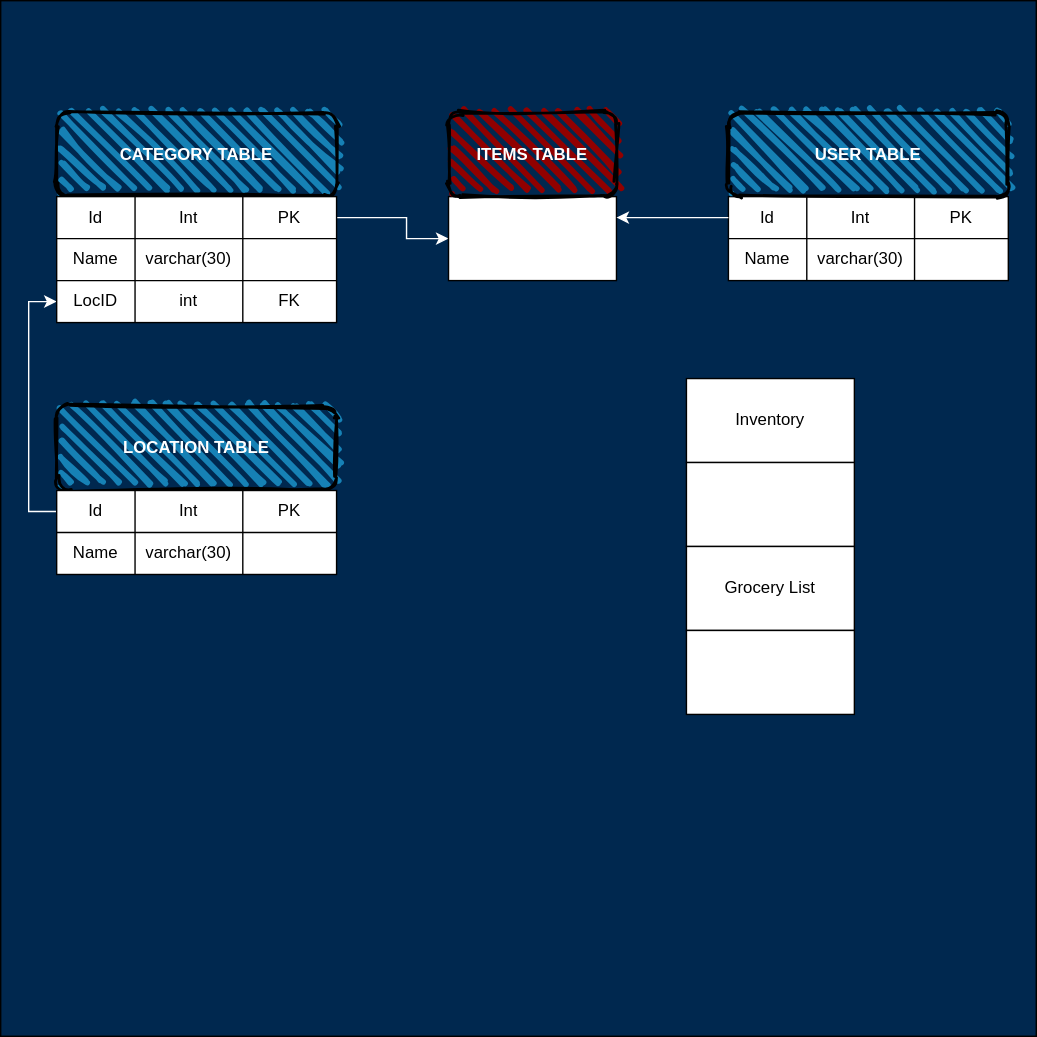
The draw.io diagram Assets/Schema Draft.svg in kholder777/Project-2-TBD, before a commit. Source tidied: cells renumbered, new cells last; positions are measured from the earlier drawing's top-left corner, leaving out a move shared by most shapes.
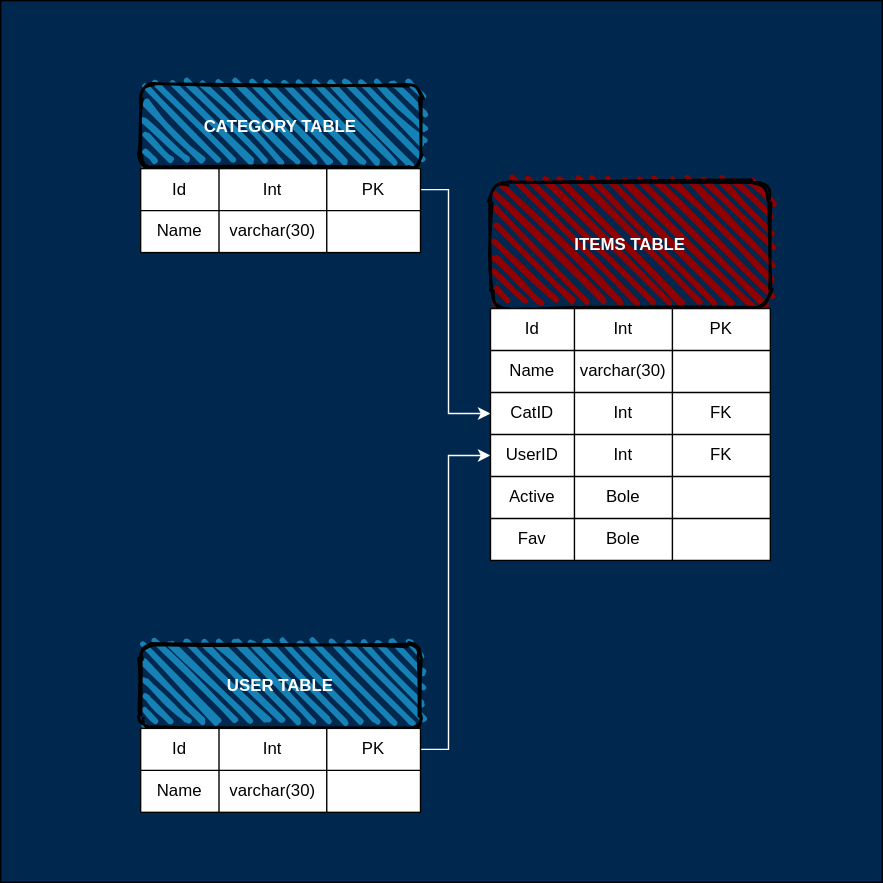
The same file after the commit.

Commit message:
+ Schema Draft Update & Swimlane

Diff of the diagram source:
```diff
@@ -6,38 +6,16 @@
       <mxGeometry x="30" y="140" width="220" height="100" as="geometry" />
     </mxCell>
     <mxCell id="3" style="whiteSpace=wrap;html=1;fillColor=#00284F;" parent="1" vertex="1">
-      <mxGeometry width="740" height="740" as="geometry" />
+      <mxGeometry x="-60" y="20" width="630" height="630" as="geometry" />
     </mxCell>
-    <mxCell id="4" style="edgeStyle=orthogonalEdgeStyle;rounded=0;jettySize=auto;html=1;fillColor=#D16900;strokeColor=#FFFFFF;entryX=0;entryY=0.5;entryDx=0;entryDy=0;exitX=1;exitY=0.5;exitDx=0;exitDy=0;" parent="1" edge="1" source="15" target="5">
+    <mxCell id="4" style="edgeStyle=orthogonalEdgeStyle;rounded=0;jettySize=auto;html=1;fillColor=#D16900;strokeColor=#FFFFFF;entryX=0;entryY=0.5;entryDx=0;entryDy=0;exitX=1;exitY=0.5;exitDx=0;exitDy=0;" parent="1" edge="1" source="15" target="23">
       <mxGeometry relative="1" as="geometry">
         <Array as="points">
-          <mxPoint x="290" y="155" />
-          <mxPoint x="290" y="170" />
+          <mxPoint x="260" y="155" />
+          <mxPoint x="260" y="315" />
         </Array>
       </mxGeometry>
     </mxCell>
-    <mxCell id="5" style="rounded=0;whiteSpace=wrap;html=1;" parent="1" vertex="1">
-      <mxGeometry x="320" y="140" width="120" height="60" as="geometry" />
-    </mxCell>
-    <mxCell id="6" value="&lt;span&gt;Inventory&lt;/span&gt;" style="rounded=0;whiteSpace=wrap;html=1;" parent="1" vertex="1">
-      <mxGeometry x="490" y="270" width="120" height="60" as="geometry" />
-    </mxCell>
-    <mxCell id="7" style="rounded=0;whiteSpace=wrap;html=1;" parent="1" vertex="1">
-      <mxGeometry x="490" y="330" width="120" height="60" as="geometry" />
-    </mxCell>
-    <mxCell id="8" value="&lt;span&gt;Grocery List&lt;/span&gt;" style="rounded=0;whiteSpace=wrap;html=1;" parent="1" vertex="1">
-      <mxGeometry x="490" y="390" width="120" height="60" as="geometry" />
-    </mxCell>
-    <mxCell id="9" style="rounded=0;whiteSpace=wrap;html=1;" parent="1" vertex="1">
-      <mxGeometry x="490" y="450" width="120" height="60" as="geometry" />
-    </mxCell>
-    <mxCell id="10" style="edgeStyle=elbowEdgeStyle;rounded=0;jettySize=auto;html=1;exitX=0;exitY=0.5;exitDx=0;exitDy=0;entryX=0;entryY=0.5;entryDx=0;entryDy=0;fillColor=#FFFFFF;strokeColor=#FFFFFF;" parent="1" edge="1" source="29" target="23">
-      <mxGeometry relative="1" as="geometry">
-        <Array as="points">
-          <mxPoint x="20" y="290" />
-        </Array>
-      </mxGeometry>
-    </mxCell>
     <mxCell id="11" value="&lt;font color=&quot;#ffffff&quot;&gt;&lt;b&gt;CATEGORY TABLE&lt;/b&gt;&lt;/font&gt;" style="rounded=1;whiteSpace=wrap;html=1;strokeWidth=2;fillWeight=4;hachureGap=8;hachureAngle=45;fillColor=#1681B5;sketch=1;" parent="1" vertex="1">
       <mxGeometry x="40" y="80" width="200" height="60" as="geometry" />
     </mxCell>
@@ -48,10 +26,27 @@
       </mxGeometry>
     </mxCell>
     <mxCell id="13" value="&lt;b style=&quot;color: rgb(255 , 255 , 255)&quot;&gt;ITEMS TABLE&lt;/b&gt;" style="rounded=1;whiteSpace=wrap;html=1;strokeWidth=2;fillWeight=4;hachureGap=8;hachureAngle=45;fillColor=#910000;sketch=1;" parent="1" vertex="1">
-      <mxGeometry x="320" y="80" width="120" height="60" as="geometry" />
+      <mxGeometry x="290" y="150" width="200" height="90" as="geometry" />
     </mxCell>
+    <mxCell id="49" style="edgeStyle=orthogonalEdgeStyle;rounded=0;jettySize=auto;html=1;fillColor=#D16900;strokeColor=#FFFFFF;entryX=0;entryY=0.5;entryDx=0;entryDy=0;exitX=1;exitY=0.5;exitDx=0;exitDy=0;" parent="1" edge="1" source="40" target="56">
+      <mxGeometry relative="1" as="geometry">
+        <Array as="points">
+          <mxPoint x="260" y="555" />
+          <mxPoint x="260" y="345" />
+        </Array>
+      </mxGeometry>
+    </mxCell>
+    <mxCell id="38" style="edgeStyle=orthogonalEdgeStyle;rounded=0;orthogonalLoop=1;jettySize=auto;html=1;exitX=0.5;exitY=1;exitDx=0;exitDy=0;" parent="1" edge="1">
+      <mxGeometry relative="1" as="geometry">
+        <mxPoint x="80" y="520" as="sourcePoint" />
+        <mxPoint x="80" y="520" as="targetPoint" />
+      </mxGeometry>
+    </mxCell>
+    <mxCell id="48" value="&lt;font color=&quot;#ffffff&quot;&gt;&lt;b&gt;USER TABLE&lt;/b&gt;&lt;/font&gt;" style="rounded=1;whiteSpace=wrap;html=1;strokeWidth=2;fillWeight=4;hachureGap=8;hachureAngle=45;fillColor=#1681B5;sketch=1;" parent="1" vertex="1">
+      <mxGeometry x="40" y="480" width="200" height="60" as="geometry" />
+    </mxCell>
     <mxCell id="14" style="shape=table;html=1;whiteSpace=wrap;startSize=0;" parent="1" vertex="1">
-      <mxGeometry x="40" y="140" width="200" height="90" as="geometry" />
+      <mxGeometry x="40" y="140" width="200" height="60" as="geometry" />
     </mxCell>
     <mxCell id="15" style="shape=partialRectangle;html=1;whiteSpace=wrap;fillColor=none;top=0;left=0;bottom=0;right=0;points=[[0,0.5],[1,0.5]];portConstraint=eastwest;" parent="14" vertex="1">
       <mxGeometry width="200" height="30" as="geometry" />
@@ -77,59 +72,83 @@
     <mxCell id="22" style="shape=partialRectangle;html=1;whiteSpace=wrap;overflow=hidden;fillColor=none;top=0;left=0;bottom=0;right=0;" parent="19" vertex="1">
       <mxGeometry x="133" width="67" height="30" as="geometry" />
     </mxCell>
-    <mxCell id="23" style="shape=partialRectangle;html=1;whiteSpace=wrap;fillColor=none;top=0;left=0;bottom=0;right=0;points=[[0,0.5],[1,0.5]];portConstraint=eastwest;" parent="14" vertex="1">
-      <mxGeometry y="60" width="200" height="30" as="geometry" />
-    </mxCell>
-    <mxCell id="24" value="LocID" style="shape=partialRectangle;html=1;whiteSpace=wrap;overflow=hidden;fillColor=none;top=0;left=0;bottom=0;right=0;" parent="23" vertex="1">
-      <mxGeometry width="56" height="30" as="geometry" />
-    </mxCell>
-    <mxCell id="25" value="int" style="shape=partialRectangle;html=1;whiteSpace=wrap;overflow=hidden;fillColor=none;top=0;left=0;bottom=0;right=0;" parent="23" vertex="1">
-      <mxGeometry x="56" width="77" height="30" as="geometry" />
-    </mxCell>
-    <mxCell id="26" value="FK" style="shape=partialRectangle;html=1;whiteSpace=wrap;overflow=hidden;fillColor=none;top=0;left=0;bottom=0;right=0;" parent="23" vertex="1">
-      <mxGeometry x="133" width="67" height="30" as="geometry" />
-    </mxCell>
-    <mxCell id="27" value="&lt;b style=&quot;color: rgb(255 , 255 , 255)&quot;&gt;LOCATION TABLE&lt;/b&gt;" style="rounded=1;whiteSpace=wrap;html=1;strokeWidth=2;fillWeight=4;hachureGap=8;hachureAngle=45;fillColor=#1681B5;sketch=1;" parent="1" vertex="1">
-      <mxGeometry x="40" y="290" width="200" height="60" as="geometry" />
-    </mxCell>
-    <mxCell id="28" style="shape=table;html=1;whiteSpace=wrap;startSize=0;" parent="1" vertex="1">
-      <mxGeometry x="40" y="350" width="200" height="60" as="geometry" />
-    </mxCell>
+    <mxCell id="50" style="shape=table;html=1;whiteSpace=wrap;startSize=0;" parent="1" vertex="1">
+      <mxGeometry x="290" y="240" width="200" height="180" as="geometry" />
+    </mxCell>
-    <mxCell id="29" style="shape=partialRectangle;html=1;whiteSpace=wrap;fillColor=none;top=0;left=0;bottom=0;right=0;points=[[0,0.5],[1,0.5]];portConstraint=eastwest;" parent="28" vertex="1">
+    <mxCell id="29" style="shape=partialRectangle;html=1;whiteSpace=wrap;fillColor=none;top=0;left=0;bottom=0;right=0;points=[[0,0.5],[1,0.5]];portConstraint=eastwest;" parent="50" vertex="1">
       <mxGeometry width="200" height="30" as="geometry" />
     </mxCell>
     <mxCell id="30" value="Id" style="shape=partialRectangle;html=1;whiteSpace=wrap;overflow=hidden;fillColor=none;top=0;left=0;bottom=0;right=0;" parent="29" vertex="1">
-      <mxGeometry width="56" height="30" as="geometry" />
+      <mxGeometry width="60" height="30" as="geometry" />
     </mxCell>
-    <mxCell id="31" value="Int" style="shape=partialRectangle;html=1;whiteSpace=wrap;overflow=hidden;fillColor=none;top=0;left=0;bottom=0;right=0;" parent="29" vertex="1">
-      <mxGeometry x="56" width="77" height="30" as="geometry" />
-    </mxCell>
+    <mxCell id="51" value="Int" style="shape=partialRectangle;html=1;whiteSpace=wrap;overflow=hidden;fillColor=none;top=0;left=0;bottom=0;right=0;" parent="29" vertex="1">
+      <mxGeometry x="60" width="70" height="30" as="geometry" />
+    </mxCell>
     <mxCell id="32" value="PK" style="shape=partialRectangle;html=1;whiteSpace=wrap;overflow=hidden;fillColor=none;top=0;left=0;bottom=0;right=0;" parent="29" vertex="1">
-      <mxGeometry x="133" width="67" height="30" as="geometry" />
+      <mxGeometry x="130" width="70" height="30" as="geometry" />
     </mxCell>
-    <mxCell id="33" style="shape=partialRectangle;html=1;whiteSpace=wrap;fillColor=none;top=0;left=0;bottom=0;right=0;" parent="28" vertex="1">
+    <mxCell id="33" style="shape=partialRectangle;html=1;whiteSpace=wrap;fillColor=none;top=0;left=0;bottom=0;right=0;" parent="50" vertex="1">
       <mxGeometry y="30" width="200" height="30" as="geometry" />
     </mxCell>
     <mxCell id="34" value="Name" style="shape=partialRectangle;html=1;whiteSpace=wrap;overflow=hidden;fillColor=none;top=0;left=0;bottom=0;right=0;" parent="33" vertex="1">
-      <mxGeometry width="56" height="30" as="geometry" />
+      <mxGeometry width="60" height="30" as="geometry" />
     </mxCell>
     <mxCell id="35" value="varchar(30)" style="shape=partialRectangle;html=1;whiteSpace=wrap;overflow=hidden;fillColor=none;top=0;left=0;bottom=0;right=0;" parent="33" vertex="1">
-      <mxGeometry x="56" width="77" height="30" as="geometry" />
+      <mxGeometry x="60" width="70" height="30" as="geometry" />
     </mxCell>
-    <mxCell id="36" style="shape=partialRectangle;html=1;whiteSpace=wrap;overflow=hidden;fillColor=none;top=0;left=0;bottom=0;right=0;" parent="33" vertex="1">
-      <mxGeometry x="133" width="67" height="30" as="geometry" />
-    </mxCell>
-    <mxCell id="37" style="group;" parent="1" vertex="1">
-      <mxGeometry x="520" y="80" width="200" height="160" as="geometry" />
-    </mxCell>
-    <mxCell id="38" style="edgeStyle=orthogonalEdgeStyle;rounded=0;orthogonalLoop=1;jettySize=auto;html=1;exitX=0.5;exitY=1;exitDx=0;exitDy=0;" parent="37" edge="1">
-      <mxGeometry relative="1" as="geometry">
-        <mxPoint x="40" y="40" as="sourcePoint" />
-        <mxPoint x="40" y="40" as="targetPoint" />
-      </mxGeometry>
-    </mxCell>
+    <mxCell id="52" style="shape=partialRectangle;html=1;whiteSpace=wrap;overflow=hidden;fillColor=none;top=0;left=0;bottom=0;right=0;" parent="33" vertex="1">
+      <mxGeometry x="130" width="70" height="30" as="geometry" />
+    </mxCell>
+    <mxCell id="23" style="shape=partialRectangle;html=1;whiteSpace=wrap;fillColor=none;top=0;left=0;bottom=0;right=0;points=[[0,0.5],[1,0.5]];portConstraint=eastwest;" parent="50" vertex="1">
+      <mxGeometry y="60" width="200" height="30" as="geometry" />
+    </mxCell>
+    <mxCell id="53" value="CatID" style="shape=partialRectangle;html=1;whiteSpace=wrap;overflow=hidden;fillColor=none;top=0;left=0;bottom=0;right=0;" parent="23" vertex="1">
+      <mxGeometry width="60" height="30" as="geometry" />
+    </mxCell>
+    <mxCell id="54" value="Int" style="shape=partialRectangle;html=1;whiteSpace=wrap;overflow=hidden;fillColor=none;top=0;left=0;bottom=0;right=0;" parent="23" vertex="1">
+      <mxGeometry x="60" width="70" height="30" as="geometry" />
+    </mxCell>
+    <mxCell id="55" value="FK" style="shape=partialRectangle;html=1;whiteSpace=wrap;overflow=hidden;fillColor=none;top=0;left=0;bottom=0;right=0;" parent="23" vertex="1">
+      <mxGeometry x="130" width="70" height="30" as="geometry" />
+    </mxCell>
+    <mxCell id="56" style="shape=partialRectangle;html=1;whiteSpace=wrap;fillColor=none;top=0;left=0;bottom=0;right=0;points=[[0,0.5],[1,0.5]];portConstraint=eastwest;" parent="50" vertex="1">
+      <mxGeometry y="90" width="200" height="30" as="geometry" />
+    </mxCell>
+    <mxCell id="57" value="UserID" style="shape=partialRectangle;html=1;whiteSpace=wrap;overflow=hidden;fillColor=none;top=0;left=0;bottom=0;right=0;" parent="56" vertex="1">
+      <mxGeometry width="60" height="30" as="geometry" />
+    </mxCell>
+    <mxCell id="58" value="Int" style="shape=partialRectangle;html=1;whiteSpace=wrap;overflow=hidden;fillColor=none;top=0;left=0;bottom=0;right=0;" parent="56" vertex="1">
+      <mxGeometry x="60" width="70" height="30" as="geometry" />
+    </mxCell>
+    <mxCell id="59" value="FK" style="shape=partialRectangle;html=1;whiteSpace=wrap;overflow=hidden;fillColor=none;top=0;left=0;bottom=0;right=0;" parent="56" vertex="1">
+      <mxGeometry x="130" width="70" height="30" as="geometry" />
+    </mxCell>
+    <mxCell id="60" style="shape=partialRectangle;html=1;whiteSpace=wrap;fillColor=none;top=0;left=0;bottom=0;right=0;" parent="50" vertex="1">
+      <mxGeometry y="120" width="200" height="30" as="geometry" />
+    </mxCell>
+    <mxCell id="61" value="Active" style="shape=partialRectangle;html=1;whiteSpace=wrap;overflow=hidden;fillColor=none;top=0;left=0;bottom=0;right=0;" parent="60" vertex="1">
+      <mxGeometry width="60" height="30" as="geometry" />
+    </mxCell>
+    <mxCell id="62" value="Bole" style="shape=partialRectangle;html=1;whiteSpace=wrap;overflow=hidden;fillColor=none;top=0;left=0;bottom=0;right=0;" parent="60" vertex="1">
+      <mxGeometry x="60" width="70" height="30" as="geometry" />
+    </mxCell>
+    <mxCell id="63" style="shape=partialRectangle;html=1;whiteSpace=wrap;overflow=hidden;fillColor=none;top=0;left=0;bottom=0;right=0;" parent="60" vertex="1">
+      <mxGeometry x="130" width="70" height="30" as="geometry" />
+    </mxCell>
+    <mxCell id="64" style="shape=partialRectangle;html=1;whiteSpace=wrap;fillColor=none;top=0;left=0;bottom=0;right=0;" parent="50" vertex="1">
+      <mxGeometry y="150" width="200" height="30" as="geometry" />
+    </mxCell>
+    <mxCell id="65" value="Fav" style="shape=partialRectangle;html=1;whiteSpace=wrap;overflow=hidden;fillColor=none;top=0;left=0;bottom=0;right=0;" parent="64" vertex="1">
+      <mxGeometry width="60" height="30" as="geometry" />
+    </mxCell>
+    <mxCell id="66" value="Bole" style="shape=partialRectangle;html=1;whiteSpace=wrap;overflow=hidden;fillColor=none;top=0;left=0;bottom=0;right=0;" parent="64" vertex="1">
+      <mxGeometry x="60" width="70" height="30" as="geometry" />
+    </mxCell>
+    <mxCell id="67" style="shape=partialRectangle;html=1;whiteSpace=wrap;overflow=hidden;fillColor=none;top=0;left=0;bottom=0;right=0;" parent="64" vertex="1">
+      <mxGeometry x="130" width="70" height="30" as="geometry" />
+    </mxCell>
-    <mxCell id="39" style="shape=table;html=1;whiteSpace=wrap;startSize=0;" parent="37" vertex="1">
-      <mxGeometry y="60" width="200" height="60" as="geometry" />
+    <mxCell id="39" style="shape=table;html=1;whiteSpace=wrap;startSize=0;" parent="1" vertex="1">
+      <mxGeometry x="40" y="540" width="200" height="60" as="geometry" />
     </mxCell>
     <mxCell id="40" style="shape=partialRectangle;html=1;whiteSpace=wrap;fillColor=none;top=0;left=0;bottom=0;right=0;points=[[0,0.5],[1,0.5]];portConstraint=eastwest;" parent="39" vertex="1">
       <mxGeometry width="200" height="30" as="geometry" />
@@ -155,16 +174,5 @@
     <mxCell id="47" style="shape=partialRectangle;html=1;whiteSpace=wrap;overflow=hidden;fillColor=none;top=0;left=0;bottom=0;right=0;" parent="44" vertex="1">
       <mxGeometry x="133" width="67" height="30" as="geometry" />
     </mxCell>
-    <mxCell id="48" value="&lt;font color=&quot;#ffffff&quot;&gt;&lt;b&gt;USER TABLE&lt;/b&gt;&lt;/font&gt;" style="rounded=1;whiteSpace=wrap;html=1;strokeWidth=2;fillWeight=4;hachureGap=8;hachureAngle=45;fillColor=#1681B5;sketch=1;" parent="37" vertex="1">
-      <mxGeometry width="200" height="60" as="geometry" />
-    </mxCell>
-    <mxCell id="49" style="edgeStyle=orthogonalEdgeStyle;rounded=0;jettySize=auto;html=1;fillColor=#D16900;strokeColor=#FFFFFF;entryX=1;entryY=0.25;entryDx=0;entryDy=0;exitX=0;exitY=0.5;exitDx=0;exitDy=0;" parent="1" edge="1" source="40" target="5">
-      <mxGeometry relative="1" as="geometry">
-        <Array as="points">
-          <mxPoint x="490" y="155" />
-          <mxPoint x="490" y="155" />
-        </Array>
-      </mxGeometry>
-    </mxCell>
   </root>
 </mxGraphModel>
```
